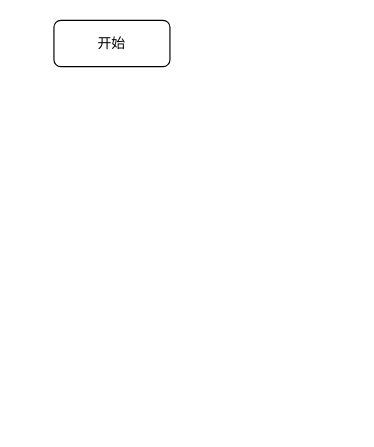
The draw.io diagram DrawIO_file/流程图/注册登录流程图.drawio in DingDongZz/typera_PicGO, before the edit. Source tidied: cells renumbered, new cells numbered last; positions are measured from the earlier drawing's top-left corner, leaving out a move shared by most shapes. Both pictures are drawn from the tidied source at 116%, with x=0, y=0 at pixel (53, 20).
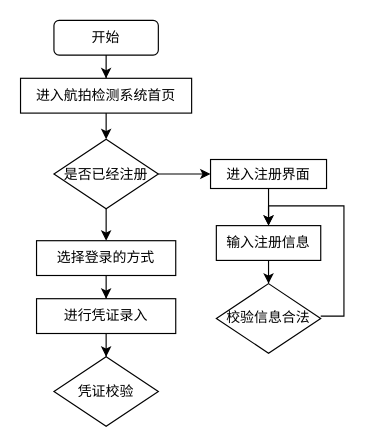
After the change.

Commit message:
更新注册登录流程图.drawio

Change to the diagram source:
```diff
@@
+    <mxCell id="3" style="edgeStyle=orthogonalEdgeStyle;rounded=0;jettySize=auto;html=1;entryX=0.5;entryY=0;entryDx=0;entryDy=0;" parent="1" edge="1" source="2" target="5">
+      <mxGeometry relative="1" as="geometry" />
+    </mxCell>
     <mxCell id="2" value="开始" style="rounded=1;whiteSpace=wrap;html=1;" parent="1" vertex="1">
-      <mxGeometry width="100" height="40" as="geometry" />
+      <mxGeometry width="90" height="30" as="geometry" />
     </mxCell>
+    <mxCell id="4" style="edgeStyle=orthogonalEdgeStyle;rounded=0;jettySize=auto;html=1;entryX=0.5;entryY=0;entryDx=0;entryDy=0;" parent="1" edge="1" source="5" target="8">
+      <mxGeometry relative="1" as="geometry" />
+    </mxCell>
+    <mxCell id="5" value="进入航拍检测系统首页" style="rounded=0;whiteSpace=wrap;html=1;" parent="1" vertex="1">
+      <mxGeometry x="-28.8" y="50" width="147.5" height="30" as="geometry" />
+    </mxCell>
+    <mxCell id="6" style="edgeStyle=orthogonalEdgeStyle;rounded=0;jettySize=auto;html=1;entryX=0.5;entryY=0;entryDx=0;entryDy=0;" parent="1" edge="1" source="8" target="12">
+      <mxGeometry relative="1" as="geometry" />
+    </mxCell>
+    <mxCell id="7" style="edgeStyle=orthogonalEdgeStyle;rounded=0;jettySize=auto;html=1;entryX=0;entryY=0.5;entryDx=0;entryDy=0;" parent="1" edge="1" source="8" target="10">
+      <mxGeometry relative="1" as="geometry" />
+    </mxCell>
+    <mxCell id="8" value="是否已经注册" style="rhombus;whiteSpace=wrap;html=1;" parent="1" vertex="1">
+      <mxGeometry y="102.5" width="90" height="60" as="geometry" />
+    </mxCell>
+    <mxCell id="9" style="edgeStyle=orthogonalEdgeStyle;rounded=0;jettySize=auto;html=1;" parent="1" edge="1" source="10" target="17">
+      <mxGeometry relative="1" as="geometry" />
+    </mxCell>
+    <mxCell id="10" value="进入注册界面" style="rounded=0;whiteSpace=wrap;html=1;" parent="1" vertex="1">
+      <mxGeometry x="135" y="120" width="100" height="25" as="geometry" />
+    </mxCell>
+    <mxCell id="11" style="edgeStyle=orthogonalEdgeStyle;rounded=0;jettySize=auto;html=1;entryX=0.5;entryY=0;entryDx=0;entryDy=0;" parent="1" edge="1" source="12" target="14">
+      <mxGeometry relative="1" as="geometry" />
+    </mxCell>
+    <mxCell id="12" value="选择登录的方式" style="rounded=0;whiteSpace=wrap;html=1;" parent="1" vertex="1">
+      <mxGeometry x="-15" y="190" width="120" height="30" as="geometry" />
+    </mxCell>
+    <mxCell id="13" style="edgeStyle=orthogonalEdgeStyle;rounded=0;jettySize=auto;html=1;" parent="1" edge="1" source="14" target="15">
+      <mxGeometry relative="1" as="geometry" />
+    </mxCell>
+    <mxCell id="14" value="进行凭证录入" style="rounded=0;whiteSpace=wrap;html=1;" parent="1" vertex="1">
+      <mxGeometry x="-15" y="240" width="120" height="30" as="geometry" />
+    </mxCell>
+    <mxCell id="15" value="凭证校验" style="rhombus;whiteSpace=wrap;html=1;" parent="1" vertex="1">
+      <mxGeometry y="290" width="90" height="60" as="geometry" />
+    </mxCell>
+    <mxCell id="16" style="edgeStyle=orthogonalEdgeStyle;rounded=0;jettySize=auto;html=1;entryX=0.5;entryY=0;entryDx=0;entryDy=0;" parent="1" edge="1" source="17" target="19">
+      <mxGeometry relative="1" as="geometry" />
+    </mxCell>
+    <mxCell id="17" value="输入注册信息" style="rounded=0;whiteSpace=wrap;html=1;" parent="1" vertex="1">
+      <mxGeometry x="140" y="177" width="90" height="30" as="geometry" />
+    </mxCell>
+    <mxCell id="18" style="edgeStyle=orthogonalEdgeStyle;rounded=0;jettySize=auto;html=1;entryX=0.5;entryY=0;entryDx=0;entryDy=0;" parent="1" edge="1" target="17">
+      <mxGeometry relative="1" as="geometry">
+        <mxPoint x="230" y="255" as="sourcePoint" />
+        <Array as="points">
+          <mxPoint x="250" y="255" />
+          <mxPoint x="250" y="160" />
+          <mxPoint x="185" y="160" />
+        </Array>
+      </mxGeometry>
+    </mxCell>
+    <mxCell id="19" value="校验信息合法" style="rhombus;whiteSpace=wrap;html=1;" parent="1" vertex="1">
+      <mxGeometry x="140" y="227" width="90" height="60" as="geometry" />
+    </mxCell>
```
